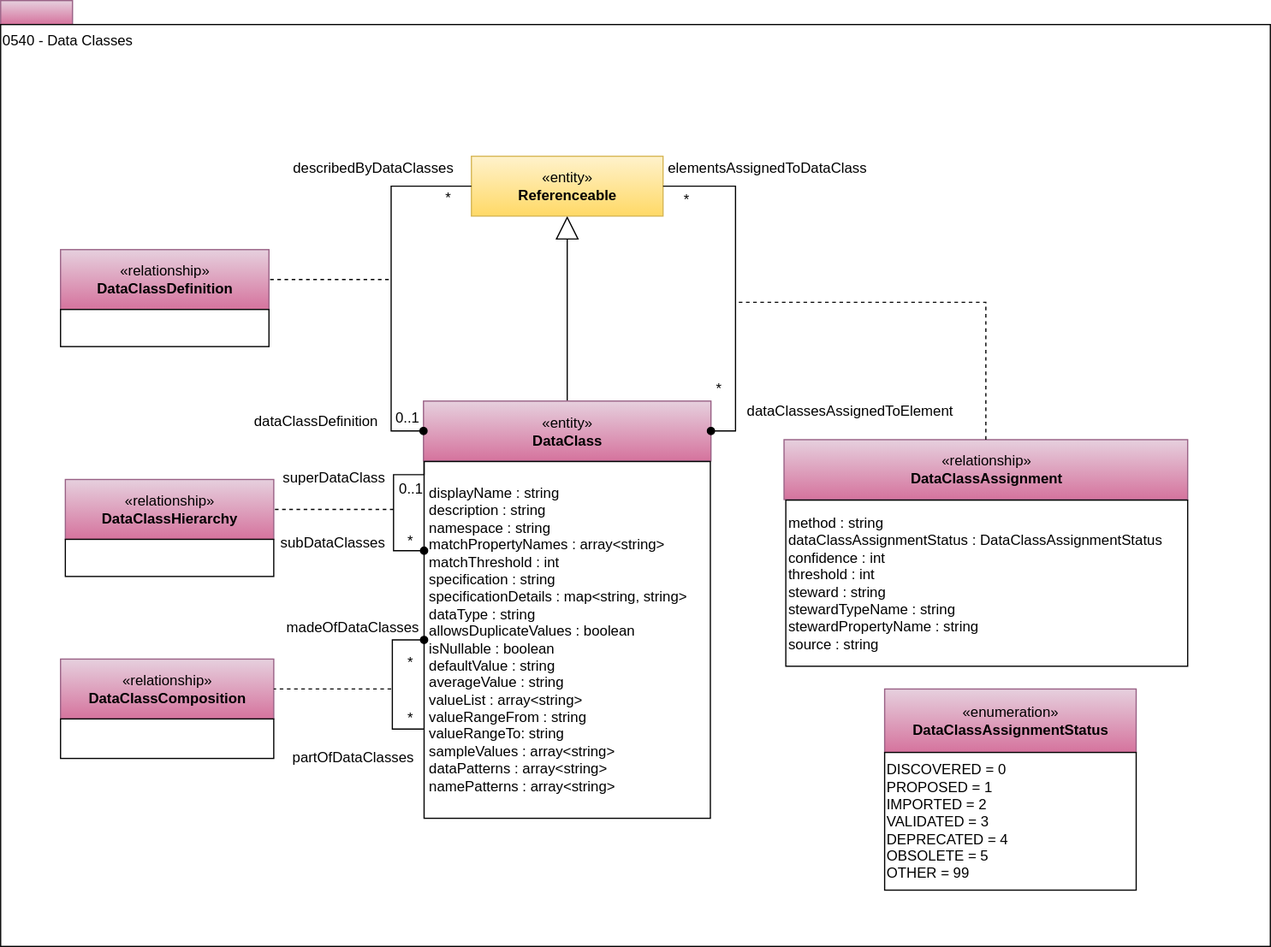
This is site/docs/types/5/0540-Data-Classes.svg from odpi/egeria-docs, a draw.io export, as it was before one commit. Source tidied: cells renumbered, new cells last; positions are measured from the earlier drawing's top-left corner, leaving out a move shared by most shapes.
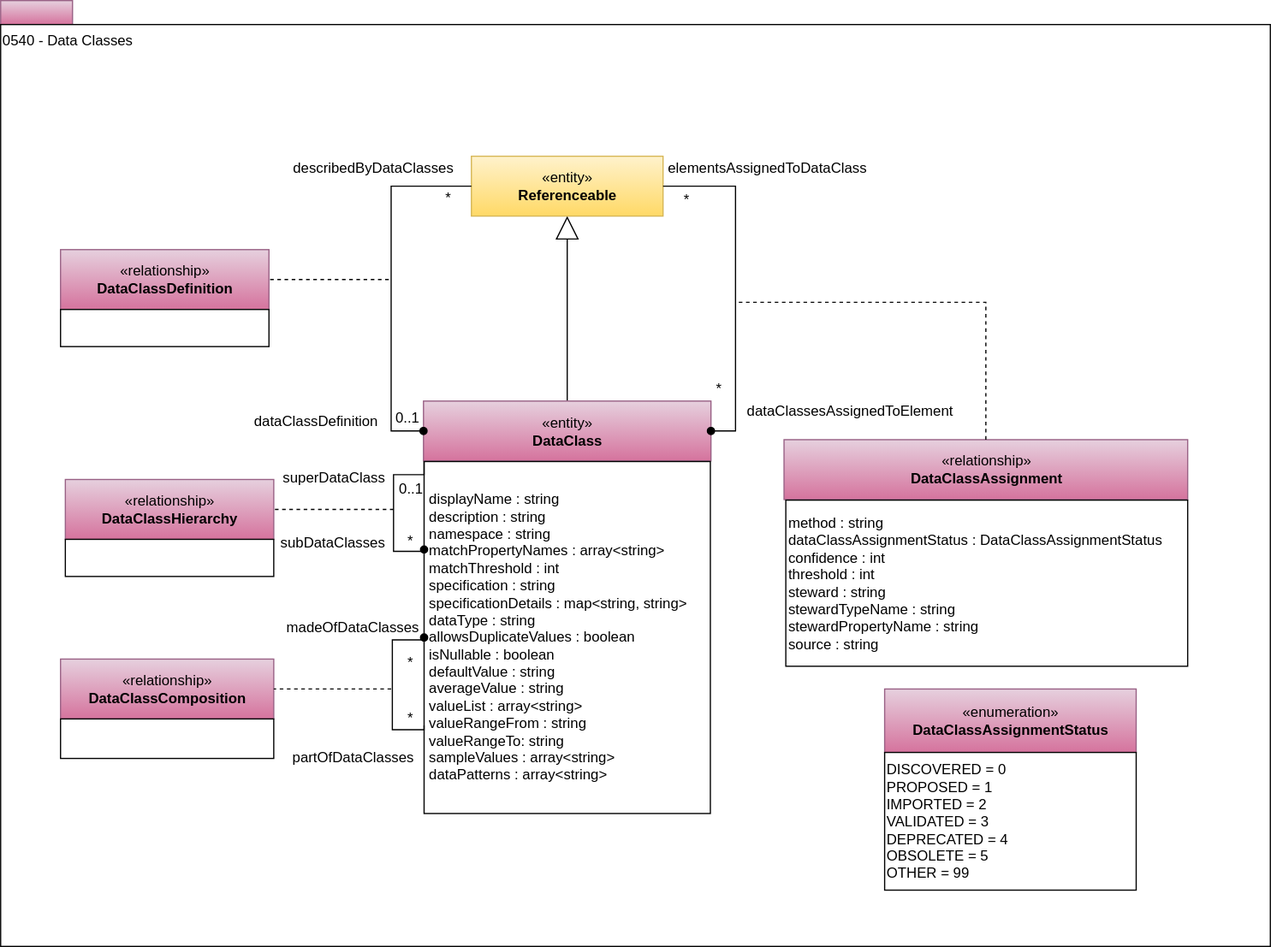
After the commit.

Commit message:
Move namePatterns to DataField

Diff of the diagram source:
```diff
@@ -14,8 +14,8 @@
     <mxCell id="5" value="«entity»&lt;br&gt;&lt;b&gt;DataClass&lt;/b&gt;" style="html=1;strokeColor=#996185;align=center;fillColor=#e6d0de;gradientColor=#d5739d;" parent="1" vertex="1">
       <mxGeometry x="353" y="334.5" width="240" height="50" as="geometry" />
     </mxCell>
-    <mxCell id="6" value="&lt;span&gt;displayName : string&lt;/span&gt;&lt;br&gt;&lt;span&gt;description : string&lt;/span&gt;&lt;br&gt;&lt;span&gt;namespace : string&lt;/span&gt;&lt;div&gt;matchPropertyNames : array&amp;lt;string&amp;gt;&lt;/div&gt;&lt;div&gt;&lt;div&gt;matchThreshold : int&lt;/div&gt;&lt;div&gt;&lt;/div&gt;&lt;span&gt;specification : string&lt;/span&gt;&lt;br&gt;&lt;span&gt;specificationDetails : map&amp;lt;string, string&amp;gt;&lt;/span&gt;&lt;div&gt;&lt;span&gt;dataType : string&lt;/span&gt;&lt;/div&gt;&lt;div&gt;&lt;span style=&quot;background-color: transparent; color: light-dark(rgb(0, 0, 0), rgb(255, 255, 255));&quot;&gt;allowsDuplicateValues : boolean&lt;/span&gt;&lt;/div&gt;&lt;div&gt;&lt;span style=&quot;background-color: transparent; color: light-dark(rgb(0, 0, 0), rgb(255, 255, 255));&quot;&gt;isNullable : boolean&lt;/span&gt;&lt;/div&gt;&lt;div&gt;&lt;div&gt;&lt;/div&gt;&lt;/div&gt;&lt;div&gt;&lt;span style=&quot;background-color: transparent; color: light-dark(rgb(0, 0, 0), rgb(255, 255, 255));&quot;&gt;defaultValue : string&lt;/span&gt;&lt;br&gt;&lt;/div&gt;&lt;div&gt;&lt;span style=&quot;background-color: transparent; color: light-dark(rgb(0, 0, 0), rgb(255, 255, 255));&quot;&gt;averageValue : string&lt;/span&gt;&lt;/div&gt;&lt;div&gt;valueList : array&amp;lt;string&amp;gt;&lt;/div&gt;&lt;div&gt;valueRangeFrom : string&lt;/div&gt;&lt;div&gt;valueRangeTo: string&lt;/div&gt;&lt;div&gt;sampleValues : array&amp;lt;string&amp;gt;&lt;br&gt;dataPatterns : array&amp;lt;string&amp;gt;&lt;br&gt;namePatterns : array&amp;lt;string&amp;gt;&lt;span&gt;&lt;/span&gt;&lt;/div&gt;&lt;/div&gt;" style="rounded=0;whiteSpace=wrap;html=1;strokeColor=#000000;gradientColor=#ffffff;align=left;spacingLeft=2;" parent="1" vertex="1">
-      <mxGeometry x="353.5" y="385" width="239" height="298" as="geometry" />
+    <mxCell id="6" value="&lt;span&gt;displayName : string&lt;/span&gt;&lt;br&gt;&lt;span&gt;description : string&lt;/span&gt;&lt;br&gt;&lt;span&gt;namespace : string&lt;/span&gt;&lt;div&gt;matchPropertyNames : array&amp;lt;string&amp;gt;&lt;/div&gt;&lt;div&gt;&lt;div&gt;matchThreshold : int&lt;/div&gt;&lt;div&gt;&lt;/div&gt;&lt;span&gt;specification : string&lt;/span&gt;&lt;br&gt;&lt;span&gt;specificationDetails : map&amp;lt;string, string&amp;gt;&lt;/span&gt;&lt;div&gt;&lt;span&gt;dataType : string&lt;/span&gt;&lt;/div&gt;&lt;div&gt;&lt;span style=&quot;background-color: transparent; color: light-dark(rgb(0, 0, 0), rgb(255, 255, 255));&quot;&gt;allowsDuplicateValues : boolean&lt;/span&gt;&lt;/div&gt;&lt;div&gt;&lt;span style=&quot;background-color: transparent; color: light-dark(rgb(0, 0, 0), rgb(255, 255, 255));&quot;&gt;isNullable : boolean&lt;/span&gt;&lt;/div&gt;&lt;div&gt;&lt;div&gt;&lt;/div&gt;&lt;/div&gt;&lt;div&gt;&lt;span style=&quot;background-color: transparent; color: light-dark(rgb(0, 0, 0), rgb(255, 255, 255));&quot;&gt;defaultValue : string&lt;/span&gt;&lt;br&gt;&lt;/div&gt;&lt;div&gt;&lt;span style=&quot;background-color: transparent; color: light-dark(rgb(0, 0, 0), rgb(255, 255, 255));&quot;&gt;averageValue : string&lt;/span&gt;&lt;/div&gt;&lt;div&gt;valueList : array&amp;lt;string&amp;gt;&lt;/div&gt;&lt;div&gt;valueRangeFrom : string&lt;/div&gt;&lt;div&gt;valueRangeTo: string&lt;/div&gt;&lt;div&gt;sampleValues : array&amp;lt;string&amp;gt;&lt;br&gt;dataPatterns : array&amp;lt;string&amp;gt;&lt;br&gt;&lt;/div&gt;&lt;/div&gt;" style="rounded=0;whiteSpace=wrap;html=1;strokeColor=#000000;gradientColor=#ffffff;align=left;spacingLeft=2;" parent="1" vertex="1">
+      <mxGeometry x="353.5" y="385" width="239" height="294" as="geometry" />
     </mxCell>
     <mxCell id="7" value="«entity»&lt;br&gt;&lt;b&gt;Referenceable&lt;/b&gt;" style="html=1;strokeColor=#d6b656;align=center;fillColor=#fff2cc;gradientColor=#ffd966;" parent="1" vertex="1">
       <mxGeometry x="393" y="130" width="160" height="50" as="geometry" />
```
